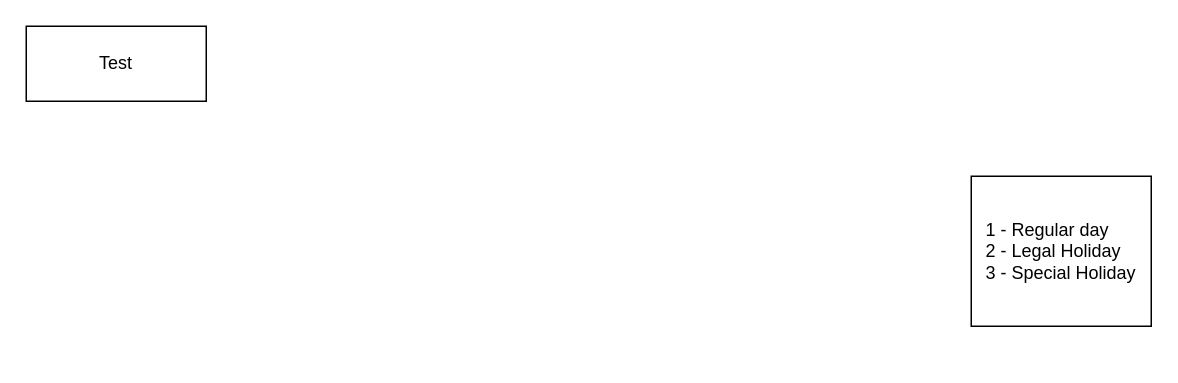
genmancoder/systems-diagrams keeps this draw.io diagram as kmcc/Untitled Diagram.drawio. Above is the earlier version. Source tidied: cells renumbered, new cells numbered last; positions are measured from the earlier drawing's top-left corner, leaving out a move shared by most shapes. Both pictures are drawn from the tidied source at 150%, with x=0, y=0 at pixel (26, 26).
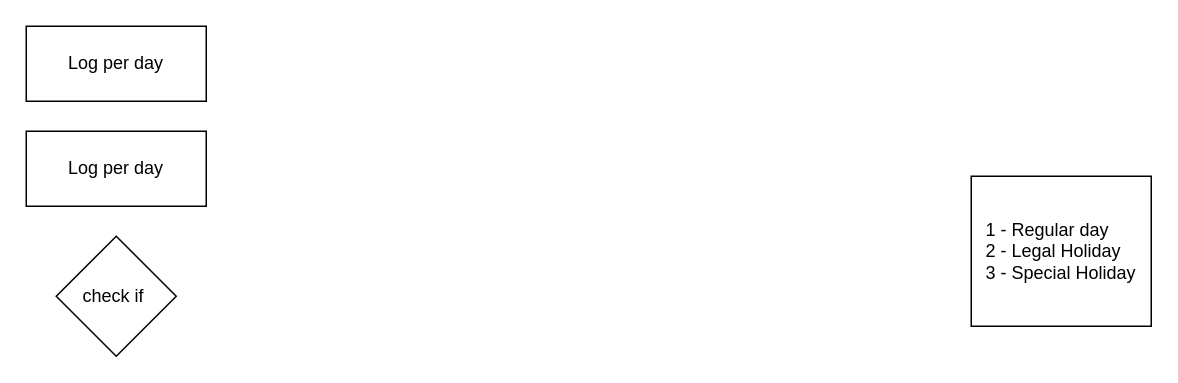
The same page after the edit.

Diff of the diagram source:
```diff
@@
 <mxGraphModel>
   <root>
     <mxCell id="0" />
     <mxCell id="1" parent="0" />
     <mxCell id="2" value="&lt;div style=&quot;text-align: left;&quot;&gt;&lt;span style=&quot;background-color: initial;&quot;&gt;1 - Regular day&lt;/span&gt;&lt;/div&gt;&lt;div style=&quot;text-align: left;&quot;&gt;&lt;span style=&quot;background-color: initial;&quot;&gt;2 - Legal Holiday&lt;/span&gt;&lt;/div&gt;&lt;div style=&quot;text-align: left;&quot;&gt;&lt;span style=&quot;background-color: initial;&quot;&gt;3 - Special Holiday&lt;/span&gt;&lt;/div&gt;" style="rounded=0;whiteSpace=wrap;html=1;" parent="1" vertex="1">
       <mxGeometry x="630" y="100" width="120" height="100" as="geometry" />
     </mxCell>
-    <mxCell id="3" value="Test" style="rounded=0;whiteSpace=wrap;html=1;" parent="1" vertex="1">
+    <mxCell id="3" value="Log per day" style="rounded=0;whiteSpace=wrap;html=1;" parent="1" vertex="1">
       <mxGeometry width="120" height="50" as="geometry" />
     </mxCell>
+    <mxCell id="4" value="Log per day" style="rounded=0;whiteSpace=wrap;html=1;" parent="1" vertex="1">
+      <mxGeometry y="70" width="120" height="50" as="geometry" />
+    </mxCell>
+    <mxCell id="5" value="check if&amp;nbsp;" style="rhombus;whiteSpace=wrap;html=1;" parent="1" vertex="1">
+      <mxGeometry x="20" y="140" width="80" height="80" as="geometry" />
+    </mxCell>
   </root>
 </mxGraphModel>
```
